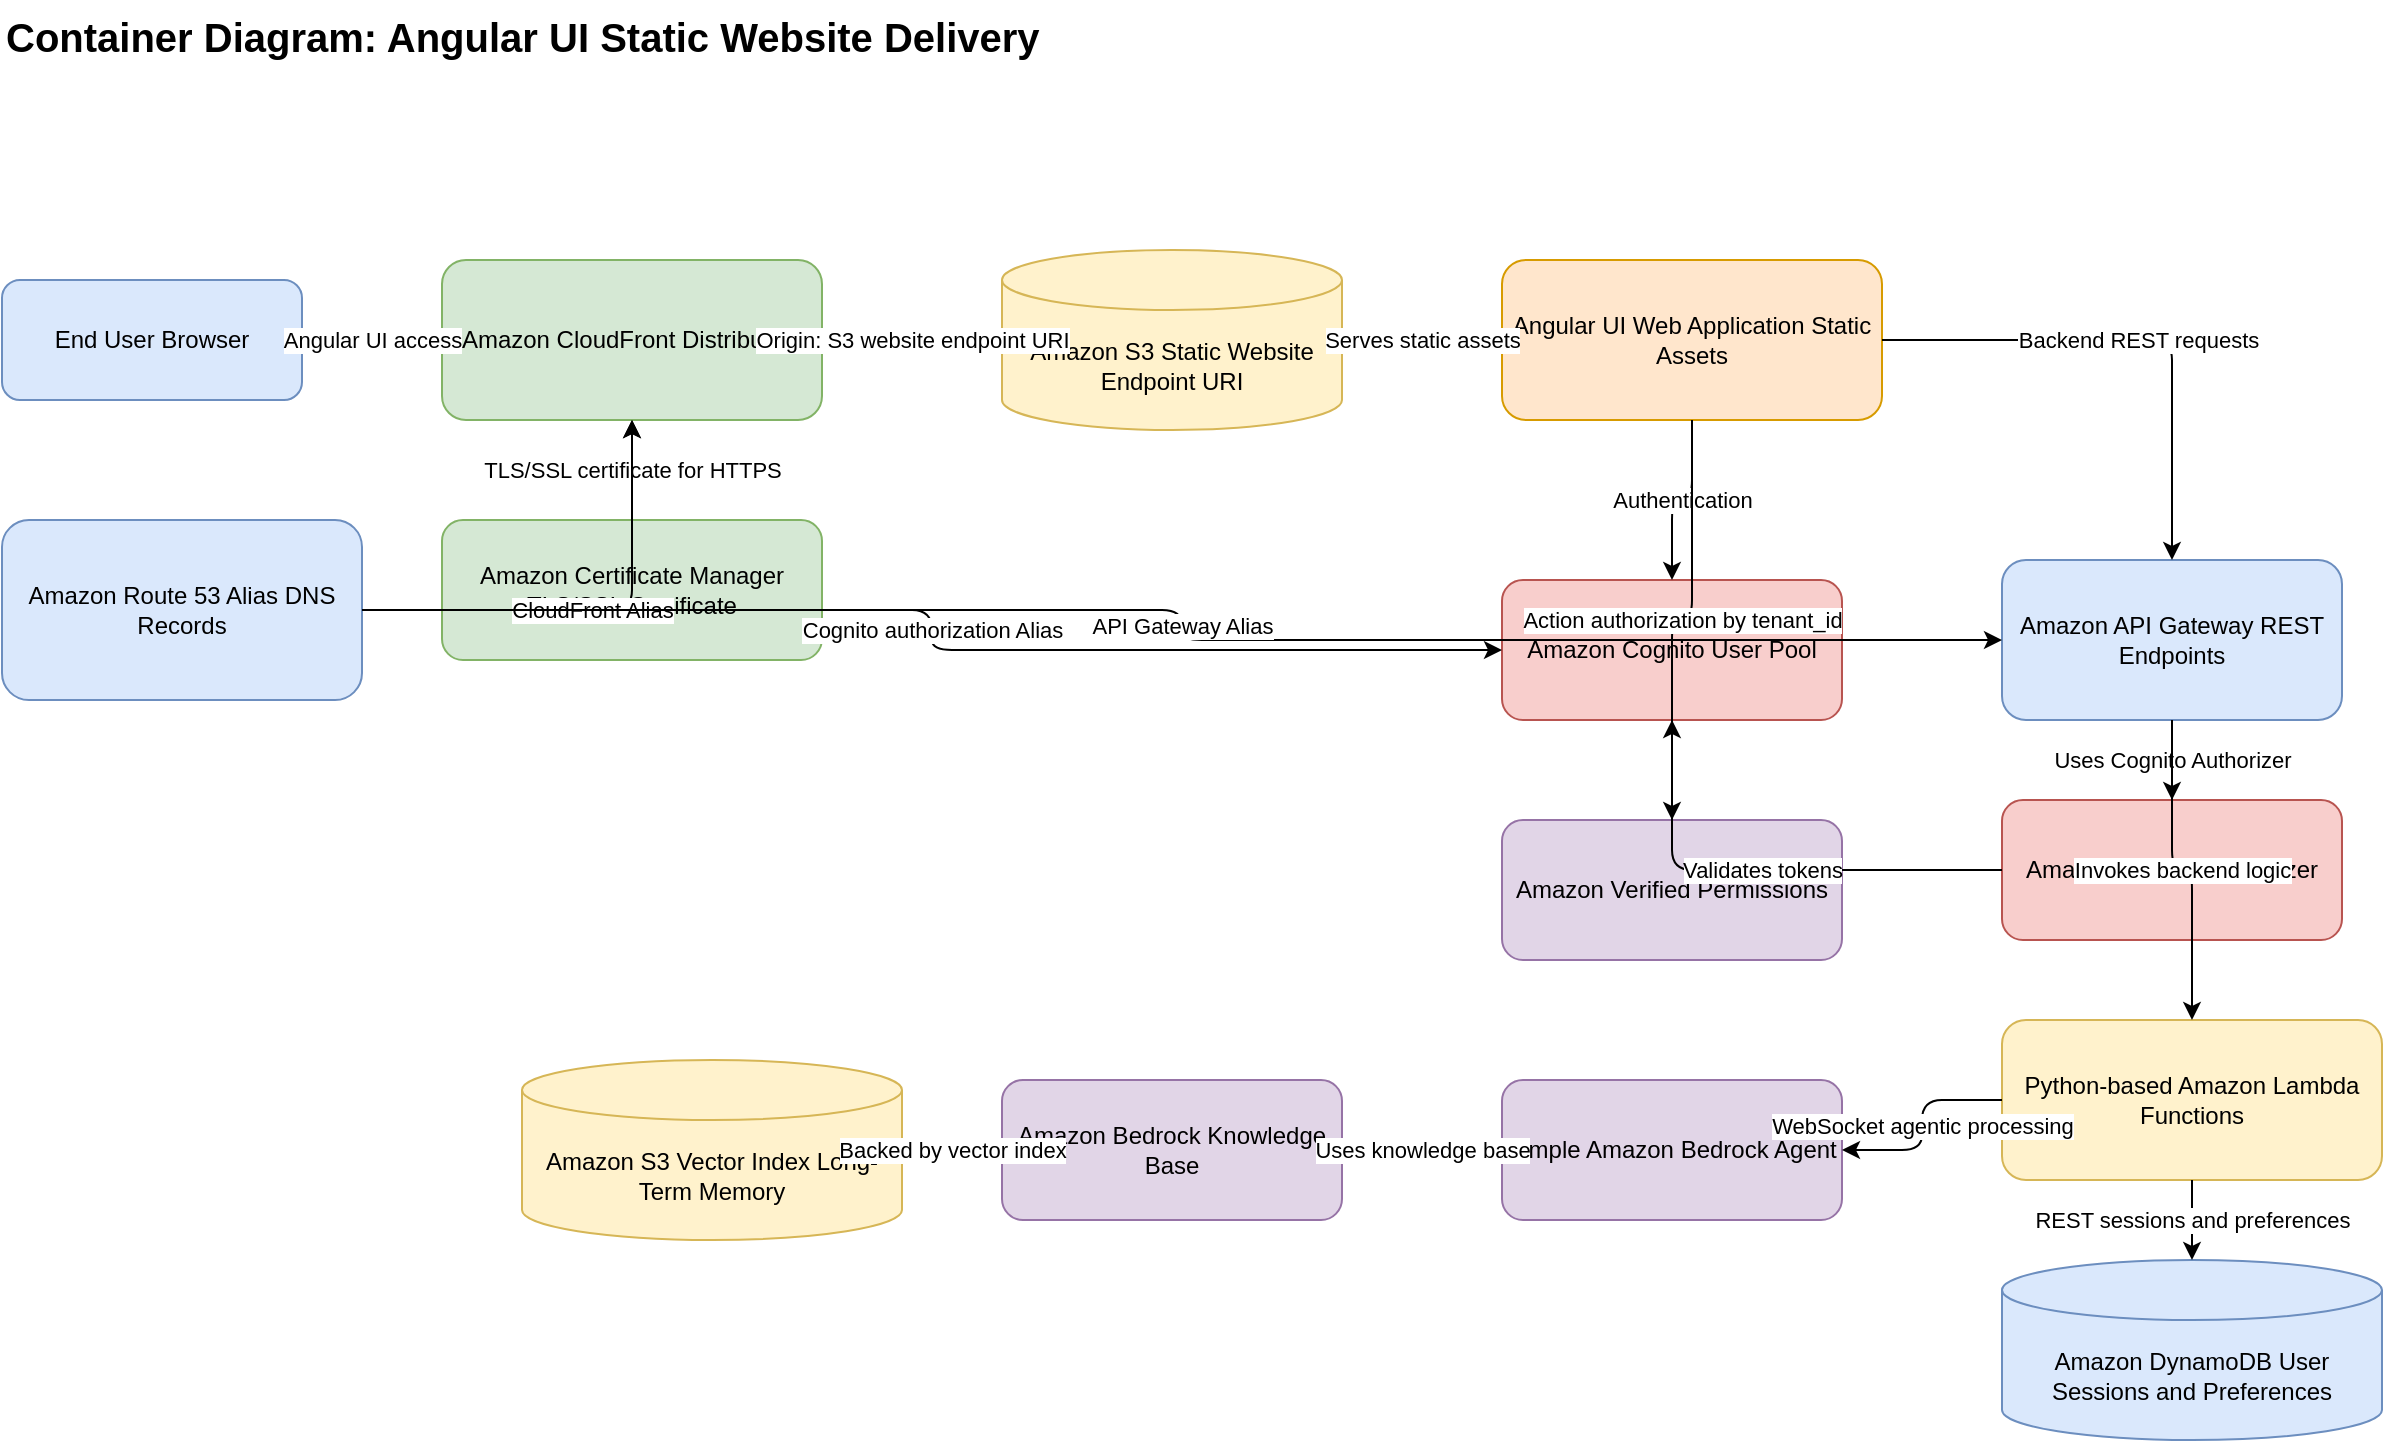
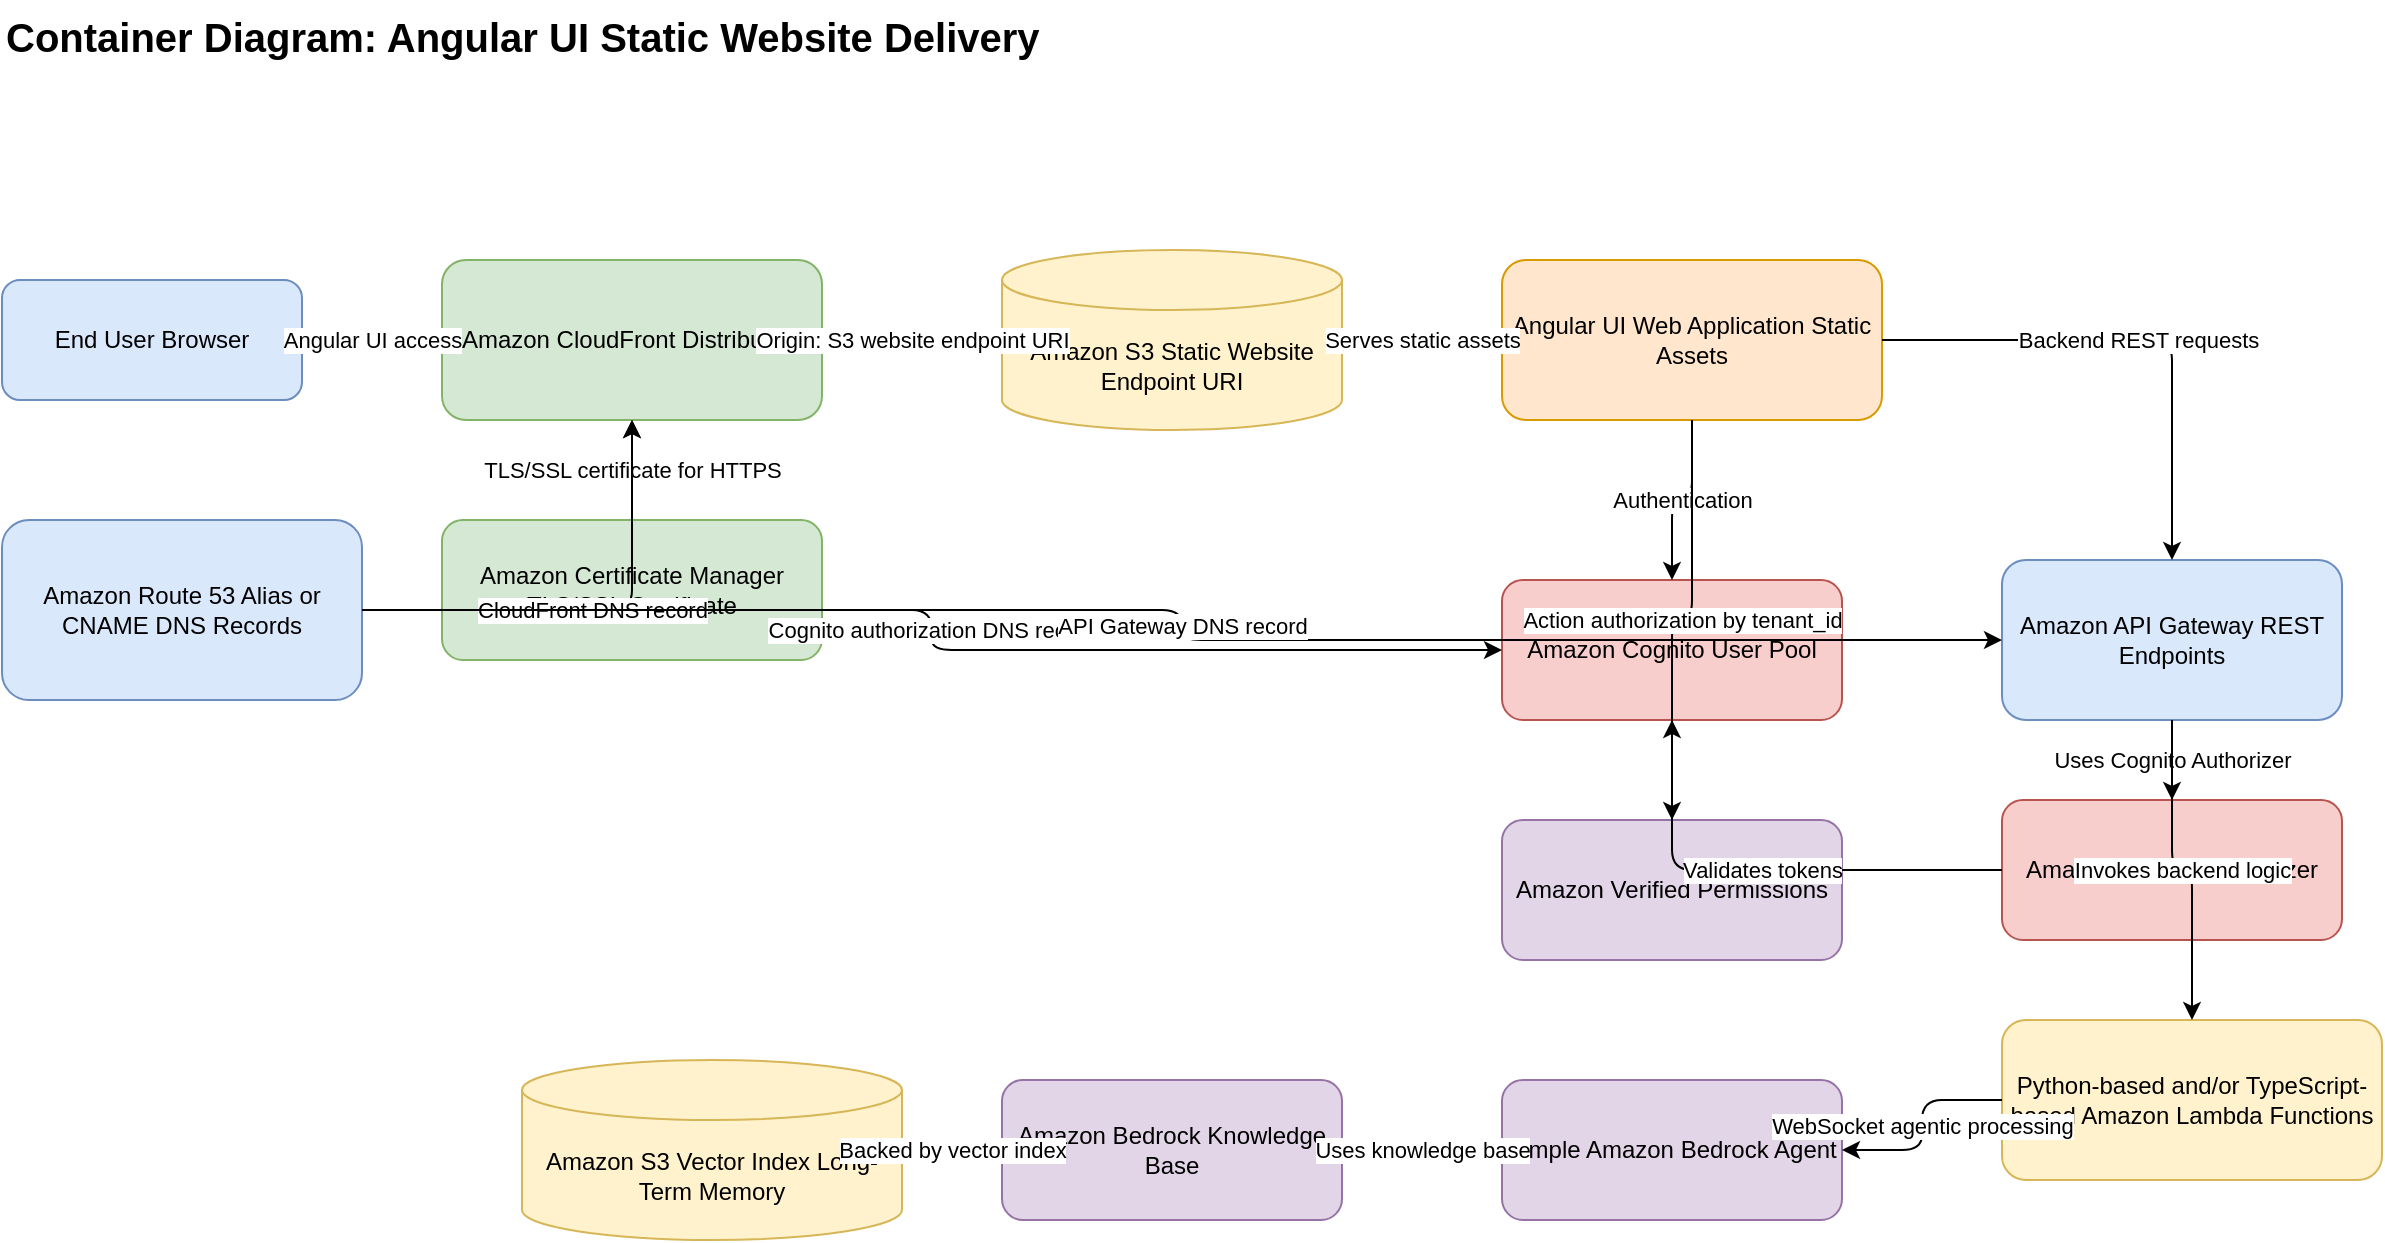
<mxGraphModel dx="1200" dy="800" grid="1" gridSize="10" guides="1" tooltips="1" connect="1" arrows="1" fold="1" page="1" pageScale="1" pageWidth="1200" pageHeight="850" math="0" shadow="0" adaptiveColors="auto">
  <root>
    <mxCell id="0"/>
    <mxCell id="1" parent="0"/>
    <mxCell id="title" value="Container Diagram: Angular UI Static Website Delivery" style="text;html=1;fontSize=20;fontStyle=1;strokeColor=none;fillColor=none;" vertex="1" parent="1">
      <mxGeometry x="40" y="20" width="600" height="40" as="geometry"/>
    </mxCell>
    <mxCell id="user" value="End User Browser" style="rounded=1;whiteSpace=wrap;html=1;fillColor=#dae8fc;strokeColor=#6c8ebf;" vertex="1" parent="1">
      <mxGeometry x="40" y="160" width="150" height="60" as="geometry"/>
    </mxCell>
    <mxCell id="cloudfront" value="Amazon CloudFront Distribution" style="rounded=1;whiteSpace=wrap;html=1;fillColor=#d5e8d4;strokeColor=#82b366;" vertex="1" parent="1">
      <mxGeometry x="260" y="150" width="190" height="80" as="geometry"/>
    </mxCell>
-     <mxCell id="route53" value="Amazon Route 53 Alias DNS Records" style="rounded=1;whiteSpace=wrap;html=1;fillColor=#dae8fc;strokeColor=#6c8ebf;" vertex="1" parent="1">
+     <mxCell id="route53" value="Amazon Route 53 Alias or CNAME DNS Records" style="rounded=1;whiteSpace=wrap;html=1;fillColor=#dae8fc;strokeColor=#6c8ebf;" vertex="1" parent="1">
      <mxGeometry x="40" y="280" width="180" height="90" as="geometry"/>
    </mxCell>
    <mxCell id="s3" value="Amazon S3 Static Website Endpoint URI" style="shape=cylinder3;whiteSpace=wrap;html=1;boundedLbl=1;backgroundOutline=1;size=15;fillColor=#fff2cc;strokeColor=#d6b656;" vertex="1" parent="1">
      <mxGeometry x="540" y="145" width="170" height="90" as="geometry"/>
    </mxCell>
    <mxCell id="angular" value="Angular UI Web Application Static Assets" style="rounded=1;whiteSpace=wrap;html=1;fillColor=#ffe6cc;strokeColor=#d79b00;" vertex="1" parent="1">
      <mxGeometry x="790" y="150" width="190" height="80" as="geometry"/>
    </mxCell>
    <mxCell id="cognito" value="Amazon Cognito User Pool" style="rounded=1;whiteSpace=wrap;html=1;fillColor=#f8cecc;strokeColor=#b85450;" vertex="1" parent="1">
      <mxGeometry x="790" y="310" width="170" height="70" as="geometry"/>
    </mxCell>
    <mxCell id="avp" value="Amazon Verified Permissions" style="rounded=1;whiteSpace=wrap;html=1;fillColor=#e1d5e7;strokeColor=#9673a6;" vertex="1" parent="1">
      <mxGeometry x="790" y="430" width="170" height="70" as="geometry"/>
    </mxCell>
    <mxCell id="apigw" value="Amazon API Gateway REST Endpoints" style="rounded=1;whiteSpace=wrap;html=1;fillColor=#dae8fc;strokeColor=#6c8ebf;" vertex="1" parent="1">
      <mxGeometry x="1040" y="300" width="170" height="80" as="geometry"/>
    </mxCell>
-     <mxCell id="lambda" value="Python-based Amazon Lambda Functions" style="rounded=1;whiteSpace=wrap;html=1;fillColor=#fff2cc;strokeColor=#d6b656;" vertex="1" parent="1">
+     <mxCell id="lambda" value="Python-based and/or TypeScript-based Amazon Lambda Functions" style="rounded=1;whiteSpace=wrap;html=1;fillColor=#fff2cc;strokeColor=#d6b656;" vertex="1" parent="1">
      <mxGeometry x="1040" y="530" width="190" height="80" as="geometry"/>
-     </mxCell>
-     <mxCell id="dynamodb" value="Amazon DynamoDB User Sessions and Preferences" style="shape=cylinder3;whiteSpace=wrap;html=1;boundedLbl=1;backgroundOutline=1;size=15;fillColor=#dae8fc;strokeColor=#6c8ebf;" vertex="1" parent="1">
-       <mxGeometry x="1040" y="650" width="190" height="90" as="geometry"/>
    </mxCell>
    <mxCell id="bedrock_agent" value="Simple Amazon Bedrock Agent" style="rounded=1;whiteSpace=wrap;html=1;fillColor=#e1d5e7;strokeColor=#9673a6;" vertex="1" parent="1">
      <mxGeometry x="790" y="560" width="170" height="70" as="geometry"/>
    </mxCell>
    <mxCell id="bedrock_kb" value="Amazon Bedrock Knowledge Base" style="rounded=1;whiteSpace=wrap;html=1;fillColor=#e1d5e7;strokeColor=#9673a6;" vertex="1" parent="1">
      <mxGeometry x="540" y="560" width="170" height="70" as="geometry"/>
    </mxCell>
    <mxCell id="s3_vector" value="Amazon S3 Vector Index Long-Term Memory" style="shape=cylinder3;whiteSpace=wrap;html=1;boundedLbl=1;backgroundOutline=1;size=15;fillColor=#fff2cc;strokeColor=#d6b656;" vertex="1" parent="1">
      <mxGeometry x="300" y="550" width="190" height="90" as="geometry"/>
    </mxCell>
    <mxCell id="cognito_authorizer" value="Amazon Cognito Authorizer" style="rounded=1;whiteSpace=wrap;html=1;fillColor=#f8cecc;strokeColor=#b85450;" vertex="1" parent="1">
      <mxGeometry x="1040" y="420" width="170" height="70" as="geometry"/>
    </mxCell>
    <mxCell id="acm" value="Amazon Certificate Manager TLS/SSL Certificate" style="rounded=1;whiteSpace=wrap;html=1;fillColor=#d5e8d4;strokeColor=#82b366;" vertex="1" parent="1">
      <mxGeometry x="260" y="280" width="190" height="70" as="geometry"/>
    </mxCell>
    <mxCell id="e1" value="Angular UI access" style="edgeStyle=orthogonalEdgeStyle;rounded=1;html=1;endArrow=classic;" edge="1" parent="1" source="user" target="cloudfront">
      <mxGeometry relative="1" as="geometry"/>
    </mxCell>
    <mxCell id="e2" value="Origin: S3 website endpoint URI" style="edgeStyle=orthogonalEdgeStyle;rounded=1;html=1;endArrow=classic;" edge="1" parent="1" source="cloudfront" target="s3">
      <mxGeometry relative="1" as="geometry"/>
    </mxCell>
    <mxCell id="e3" value="Serves static assets" style="edgeStyle=orthogonalEdgeStyle;rounded=1;html=1;endArrow=classic;" edge="1" parent="1" source="s3" target="angular">
      <mxGeometry relative="1" as="geometry"/>
    </mxCell>
    <mxCell id="e4" value="Authentication" style="edgeStyle=orthogonalEdgeStyle;rounded=1;html=1;endArrow=classic;" edge="1" parent="1" source="angular" target="cognito">
      <mxGeometry relative="1" as="geometry"/>
    </mxCell>
    <mxCell id="e5" value="Action authorization by tenant_id" style="edgeStyle=orthogonalEdgeStyle;rounded=1;html=1;endArrow=classic;" edge="1" parent="1" source="angular" target="avp">
      <mxGeometry relative="1" as="geometry"/>
    </mxCell>
    <mxCell id="e6" value="Backend REST requests" style="edgeStyle=orthogonalEdgeStyle;rounded=1;html=1;endArrow=classic;" edge="1" parent="1" source="angular" target="apigw">
      <mxGeometry relative="1" as="geometry"/>
    </mxCell>
    <mxCell id="e7" value="TLS/SSL certificate for HTTPS" style="edgeStyle=orthogonalEdgeStyle;rounded=1;html=1;endArrow=classic;" edge="1" parent="1" source="acm" target="cloudfront">
      <mxGeometry relative="1" as="geometry"/>
    </mxCell>
-     <mxCell id="e8" value="CloudFront Alias" style="edgeStyle=orthogonalEdgeStyle;rounded=1;html=1;endArrow=classic;" edge="1" parent="1" source="route53" target="cloudfront">
+     <mxCell id="e8" value="CloudFront DNS record" style="edgeStyle=orthogonalEdgeStyle;rounded=1;html=1;endArrow=classic;" edge="1" parent="1" source="route53" target="cloudfront">
      <mxGeometry relative="1" as="geometry"/>
    </mxCell>
-     <mxCell id="e9" value="Cognito authorization Alias" style="edgeStyle=orthogonalEdgeStyle;rounded=1;html=1;endArrow=classic;" edge="1" parent="1" source="route53" target="cognito">
+     <mxCell id="e9" value="Cognito authorization DNS record" style="edgeStyle=orthogonalEdgeStyle;rounded=1;html=1;endArrow=classic;" edge="1" parent="1" source="route53" target="cognito">
      <mxGeometry relative="1" as="geometry"/>
    </mxCell>
-     <mxCell id="e10" value="API Gateway Alias" style="edgeStyle=orthogonalEdgeStyle;rounded=1;html=1;endArrow=classic;" edge="1" parent="1" source="route53" target="apigw">
+     <mxCell id="e10" value="API Gateway DNS record" style="edgeStyle=orthogonalEdgeStyle;rounded=1;html=1;endArrow=classic;" edge="1" parent="1" source="route53" target="apigw">
      <mxGeometry relative="1" as="geometry"/>
    </mxCell>
    <mxCell id="e11" value="Uses Cognito Authorizer" style="edgeStyle=orthogonalEdgeStyle;rounded=1;html=1;endArrow=classic;" edge="1" parent="1" source="apigw" target="cognito_authorizer">
      <mxGeometry relative="1" as="geometry"/>
    </mxCell>
    <mxCell id="e12" value="Validates tokens" style="edgeStyle=orthogonalEdgeStyle;rounded=1;html=1;endArrow=classic;" edge="1" parent="1" source="cognito_authorizer" target="cognito">
      <mxGeometry relative="1" as="geometry"/>
    </mxCell>
    <mxCell id="e13" value="Invokes backend logic" style="edgeStyle=orthogonalEdgeStyle;rounded=1;html=1;endArrow=classic;" edge="1" parent="1" source="apigw" target="lambda">
      <mxGeometry relative="1" as="geometry"/>
    </mxCell>
    <mxCell id="e14" value="WebSocket agentic processing" style="edgeStyle=orthogonalEdgeStyle;rounded=1;html=1;endArrow=classic;" edge="1" parent="1" source="lambda" target="bedrock_agent">
      <mxGeometry relative="1" as="geometry"/>
    </mxCell>
    <mxCell id="e15" value="Uses knowledge base" style="edgeStyle=orthogonalEdgeStyle;rounded=1;html=1;endArrow=classic;" edge="1" parent="1" source="bedrock_agent" target="bedrock_kb">
      <mxGeometry relative="1" as="geometry"/>
    </mxCell>
    <mxCell id="e16" value="Backed by vector index" style="edgeStyle=orthogonalEdgeStyle;rounded=1;html=1;endArrow=classic;" edge="1" parent="1" source="bedrock_kb" target="s3_vector">
      <mxGeometry relative="1" as="geometry"/>
    </mxCell>
-     <mxCell id="e17" value="REST sessions and preferences" style="edgeStyle=orthogonalEdgeStyle;rounded=1;html=1;endArrow=classic;" edge="1" parent="1" source="lambda" target="dynamodb">
-       <mxGeometry relative="1" as="geometry"/>
-     </mxCell>
  </root>
</mxGraphModel>
